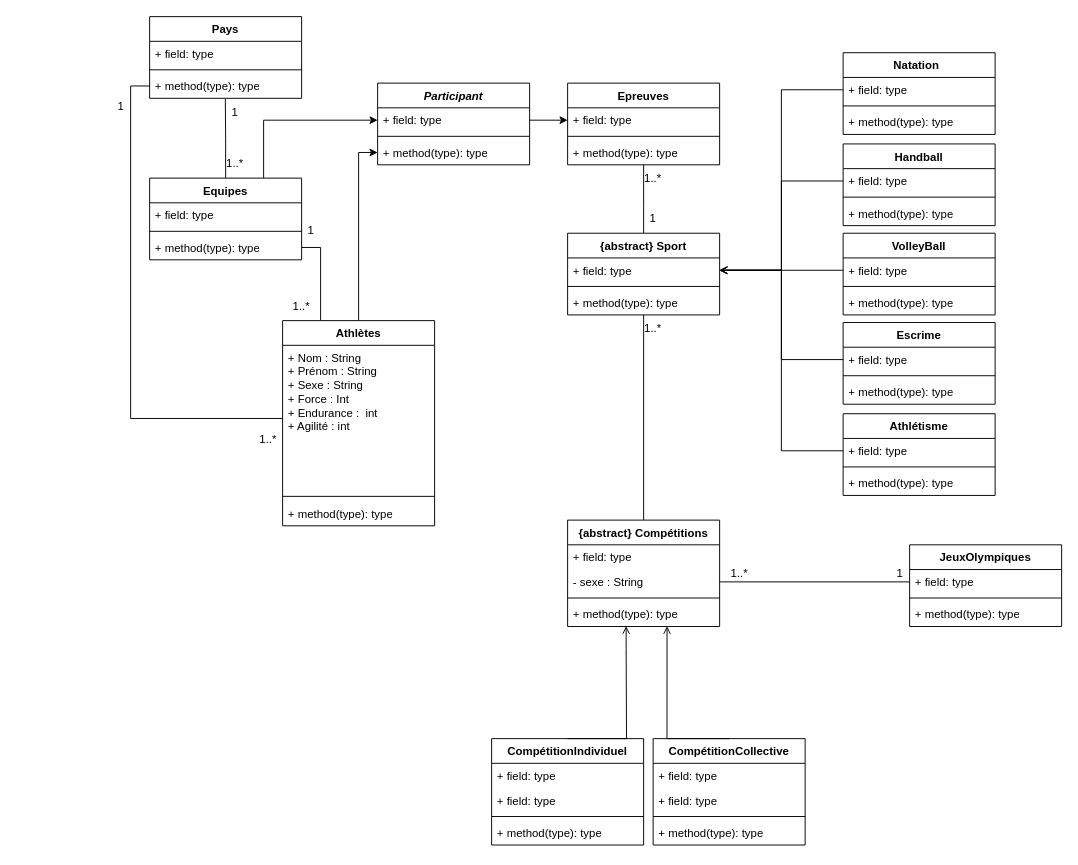
This is Diagramme sans nom.drawio from alexisnisol/JeuxOlympiques, a draw.io file, before an edit. Source tidied: cells renumbered, new cells numbered last; positions are measured from the earlier drawing's top-left corner, leaving out a move shared by most shapes. Both pictures are drawn from the tidied source at 95%, with x=0, y=0 at pixel (92, 16).
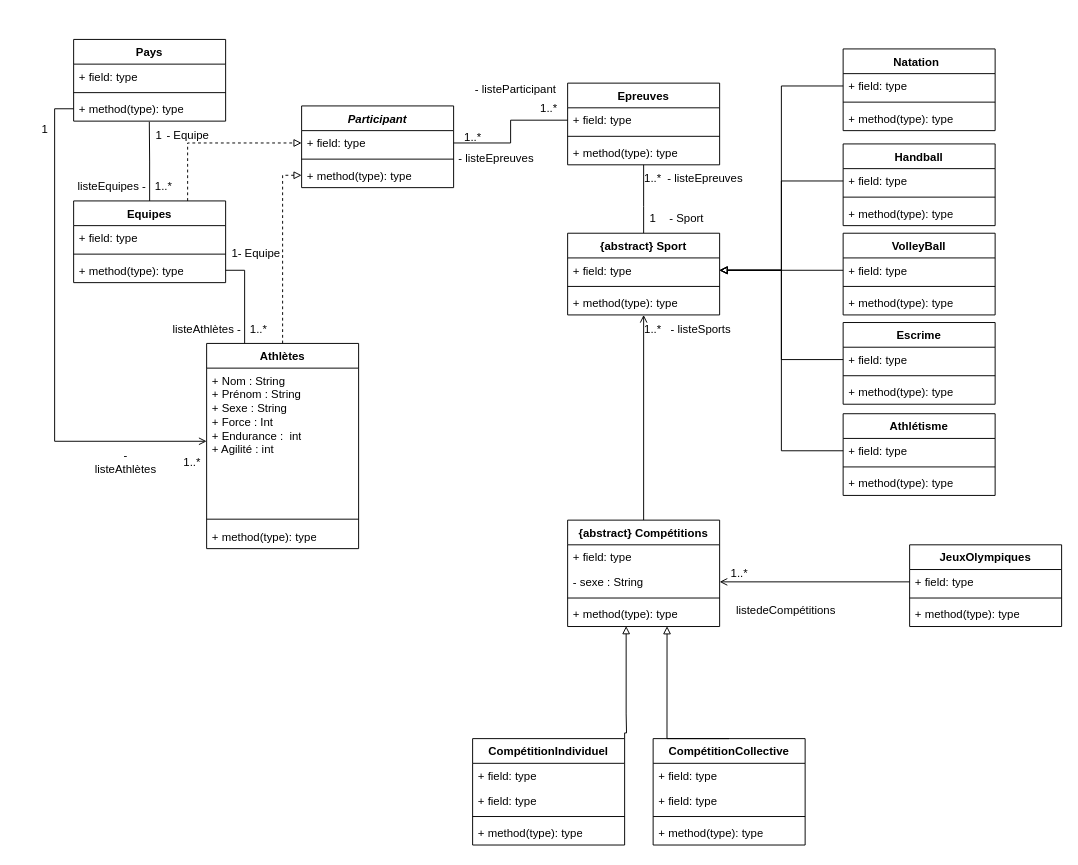
The same page after the edit.

The change refers to these unchanged cells:
```xml
<mxCell id="4" value="{abstract} Sport" style="swimlane;fontStyle=1;align=center;verticalAlign=top;horizontal=1;startSize=26;whiteSpace=wrap;html=1;" parent="1" vertex="1">
  <mxGeometry x="500" y="228" width="160" height="86" as="geometry" />
</mxCell>
<mxCell id="5" value="+ field: type" style="text;strokeColor=none;fillColor=none;align=left;verticalAlign=top;spacingLeft=4;spacingRight=4;overflow=hidden;points=[[0,0.5],[1,0.5]];portConstraint=eastwest;whiteSpace=wrap;html=1;" parent="4" vertex="1">
  <mxGeometry y="26" width="160" height="26" as="geometry" />
</mxCell>
<mxCell id="11" value="+ method(type): type" style="text;strokeColor=none;fillColor=none;align=left;verticalAlign=top;spacingLeft=4;spacingRight=4;overflow=hidden;points=[[0,0.5],[1,0.5]];portConstraint=eastwest;whiteSpace=wrap;html=1;" parent="8" vertex="1">
  <mxGeometry y="60" width="160" height="26" as="geometry" />
</mxCell>
<mxCell id="17" value="+ Nom : String&lt;div&gt;+ Prénom : String&lt;br&gt;+ Sexe : String&lt;br&gt;&lt;/div&gt;&lt;div&gt;+ Force : Int&lt;/div&gt;&lt;div&gt;+ Endurance :&amp;nbsp; int &lt;br&gt;&lt;/div&gt;&lt;div&gt;+ Agilité : int&lt;/div&gt;&lt;div&gt;&lt;br&gt;&lt;/div&gt;" style="text;strokeColor=none;fillColor=none;align=left;verticalAlign=top;spacingLeft=4;spacingRight=4;overflow=hidden;points=[[0,0.5],[1,0.5]];portConstraint=eastwest;whiteSpace=wrap;html=1;" parent="16" vertex="1">
  <mxGeometry y="26" width="160" height="154" as="geometry" />
</mxCell>
<mxCell id="21" value="+ field: type" style="text;strokeColor=none;fillColor=none;align=left;verticalAlign=top;spacingLeft=4;spacingRight=4;overflow=hidden;points=[[0,0.5],[1,0.5]];portConstraint=eastwest;whiteSpace=wrap;html=1;" parent="20" vertex="1">
  <mxGeometry y="26" width="160" height="26" as="geometry" />
</mxCell>
<mxCell id="35" value="+ field: type" style="text;strokeColor=none;fillColor=none;align=left;verticalAlign=top;spacingLeft=4;spacingRight=4;overflow=hidden;points=[[0,0.5],[1,0.5]];portConstraint=eastwest;whiteSpace=wrap;html=1;" parent="34" vertex="1">
  <mxGeometry y="26" width="160" height="26" as="geometry" />
</mxCell>
<mxCell id="39" value="+ field: type" style="text;strokeColor=none;fillColor=none;align=left;verticalAlign=top;spacingLeft=4;spacingRight=4;overflow=hidden;points=[[0,0.5],[1,0.5]];portConstraint=eastwest;whiteSpace=wrap;html=1;" parent="38" vertex="1">
  <mxGeometry y="26" width="160" height="26" as="geometry" />
</mxCell>
<mxCell id="43" value="+ field: type" style="text;strokeColor=none;fillColor=none;align=left;verticalAlign=top;spacingLeft=4;spacingRight=4;overflow=hidden;points=[[0,0.5],[1,0.5]];portConstraint=eastwest;whiteSpace=wrap;html=1;" parent="42" vertex="1">
  <mxGeometry y="26" width="160" height="26" as="geometry" />
</mxCell>
<mxCell id="47" value="+ field: type" style="text;strokeColor=none;fillColor=none;align=left;verticalAlign=top;spacingLeft=4;spacingRight=4;overflow=hidden;points=[[0,0.5],[1,0.5]];portConstraint=eastwest;whiteSpace=wrap;html=1;" parent="46" vertex="1">
  <mxGeometry y="26" width="160" height="26" as="geometry" />
</mxCell>
<mxCell id="51" value="+ field: type" style="text;strokeColor=none;fillColor=none;align=left;verticalAlign=top;spacingLeft=4;spacingRight=4;overflow=hidden;points=[[0,0.5],[1,0.5]];portConstraint=eastwest;whiteSpace=wrap;html=1;" parent="50" vertex="1">
  <mxGeometry y="26" width="160" height="26" as="geometry" />
</mxCell>
<mxCell id="62" value="{abstract} Compétitions" style="swimlane;fontStyle=1;align=center;verticalAlign=top;horizontal=1;startSize=26;whiteSpace=wrap;html=1;" parent="1" vertex="1">
  <mxGeometry x="500" y="530" width="160" height="112" as="geometry" />
</mxCell>
<mxCell id="64" value="- sexe : String" style="text;strokeColor=none;fillColor=none;align=left;verticalAlign=top;spacingLeft=4;spacingRight=4;overflow=hidden;points=[[0,0.5],[1,0.5]];portConstraint=eastwest;whiteSpace=wrap;html=1;" parent="62" vertex="1">
  <mxGeometry y="52" width="160" height="26" as="geometry" />
</mxCell>
<mxCell id="66" value="+ method(type): type" style="text;strokeColor=none;fillColor=none;align=left;verticalAlign=top;spacingLeft=4;spacingRight=4;overflow=hidden;points=[[0,0.5],[1,0.5]];portConstraint=eastwest;whiteSpace=wrap;html=1;" parent="62" vertex="1">
  <mxGeometry y="86" width="160" height="26" as="geometry" />
</mxCell>
<mxCell id="72" value="CompétitionCollective" style="swimlane;fontStyle=1;align=center;verticalAlign=top;horizontal=1;startSize=26;whiteSpace=wrap;html=1;" parent="1" vertex="1">
  <mxGeometry x="590" y="760" width="160" height="112" as="geometry" />
</mxCell>
<mxCell id="80" value="+ field: type" style="text;strokeColor=none;fillColor=none;align=left;verticalAlign=top;spacingLeft=4;spacingRight=4;overflow=hidden;points=[[0,0.5],[1,0.5]];portConstraint=eastwest;whiteSpace=wrap;html=1;" parent="79" vertex="1">
  <mxGeometry y="26" width="160" height="26" as="geometry" />
</mxCell>
<mxCell id="82" value="+ method(type): type" style="text;strokeColor=none;fillColor=none;align=left;verticalAlign=top;spacingLeft=4;spacingRight=4;overflow=hidden;points=[[0,0.5],[1,0.5]];portConstraint=eastwest;whiteSpace=wrap;html=1;" parent="79" vertex="1">
  <mxGeometry y="60" width="160" height="26" as="geometry" />
</mxCell>
<mxCell id="85" value="+ field: type" style="text;strokeColor=none;fillColor=none;align=left;verticalAlign=top;spacingLeft=4;spacingRight=4;overflow=hidden;points=[[0,0.5],[1,0.5]];portConstraint=eastwest;whiteSpace=wrap;html=1;" parent="84" vertex="1">
  <mxGeometry y="26" width="160" height="26" as="geometry" />
</mxCell>
```

Diff of the diagram source:
```diff
@@
-    <mxCell id="2" style="edgeStyle=orthogonalEdgeStyle;rounded=0;jettySize=auto;html=1;entryX=0.5;entryY=0;entryDx=0;entryDy=0;endArrow=none;endFill=0;" parent="1" edge="1" source="4" target="62">
+    <mxCell id="2" style="edgeStyle=orthogonalEdgeStyle;rounded=0;jettySize=auto;html=1;entryX=0.5;entryY=0;entryDx=0;entryDy=0;endArrow=none;endFill=0;startArrow=open;startFill=0;" parent="1" edge="1" source="4" target="62">
       <mxGeometry relative="1" as="geometry" />
     </mxCell>
@@
     <mxCell id="8" value="Pays" style="swimlane;fontStyle=1;align=center;verticalAlign=top;horizontal=1;startSize=26;whiteSpace=wrap;html=1;" parent="1" vertex="1">
-      <mxGeometry x="60" width="160" height="86" as="geometry" />
+      <mxGeometry x="-20" y="24" width="160" height="86" as="geometry" />
     </mxCell>
@@
-    <mxCell id="14" style="edgeStyle=orthogonalEdgeStyle;rounded=0;jettySize=auto;html=1;entryX=0;entryY=0.5;entryDx=0;entryDy=0;exitX=0;exitY=0.5;exitDx=0;exitDy=0;endArrow=none;endFill=0;" parent="1" edge="1" source="17" target="11">
+    <mxCell id="14" style="edgeStyle=orthogonalEdgeStyle;rounded=0;jettySize=auto;html=1;entryX=0;entryY=0.5;entryDx=0;entryDy=0;exitX=0;exitY=0.5;exitDx=0;exitDy=0;endArrow=none;endFill=0;startArrow=open;startFill=0;" parent="1" edge="1" source="17" target="11">
       <mxGeometry relative="1" as="geometry" />
     </mxCell>
-    <mxCell id="15" style="edgeStyle=orthogonalEdgeStyle;rounded=0;jettySize=auto;html=1;exitX=0.5;exitY=0;exitDx=0;exitDy=0;entryX=0;entryY=0.5;entryDx=0;entryDy=0;" parent="1" edge="1" source="16" target="82">
+    <mxCell id="15" style="edgeStyle=orthogonalEdgeStyle;rounded=0;jettySize=auto;html=1;exitX=0.5;exitY=0;exitDx=0;exitDy=0;entryX=0;entryY=0.5;entryDx=0;entryDy=0;endArrow=block;endFill=0;dashed=1;" parent="1" edge="1" source="16" target="82">
       <mxGeometry relative="1" as="geometry" />
     </mxCell>
     <mxCell id="16" value="Athlètes" style="swimlane;fontStyle=1;align=center;verticalAlign=top;horizontal=1;startSize=26;whiteSpace=wrap;html=1;" parent="1" vertex="1">
-      <mxGeometry x="200" y="320" width="160" height="216" as="geometry" />
+      <mxGeometry x="120" y="344" width="160" height="216" as="geometry" />
     </mxCell>
@@
-    <mxCell id="24" style="edgeStyle=orthogonalEdgeStyle;rounded=0;jettySize=auto;html=1;exitX=0.75;exitY=0;exitDx=0;exitDy=0;entryX=0;entryY=0.5;entryDx=0;entryDy=0;" parent="1" edge="1" source="25" target="80">
+    <mxCell id="24" style="edgeStyle=orthogonalEdgeStyle;rounded=0;jettySize=auto;html=1;exitX=0.75;exitY=0;exitDx=0;exitDy=0;entryX=0;entryY=0.5;entryDx=0;entryDy=0;dashed=1;endArrow=block;endFill=0;" parent="1" edge="1" source="25" target="80">
       <mxGeometry relative="1" as="geometry" />
     </mxCell>
     <mxCell id="25" value="Equipes" style="swimlane;fontStyle=1;align=center;verticalAlign=top;horizontal=1;startSize=26;whiteSpace=wrap;html=1;" parent="1" vertex="1">
-      <mxGeometry x="60" y="170" width="160" height="86" as="geometry" />
+      <mxGeometry x="-20" y="194" width="160" height="86" as="geometry" />
     </mxCell>
@@
     <mxCell id="29" value="1..*" style="text;html=1;align=center;verticalAlign=middle;whiteSpace=wrap;rounded=0;" parent="1" vertex="1">
-      <mxGeometry x="140" y="140" width="20" height="30" as="geometry" />
+      <mxGeometry x="65" y="164" width="20" height="30" as="geometry" />
     </mxCell>
     <mxCell id="30" value="1" style="text;html=1;align=center;verticalAlign=middle;whiteSpace=wrap;rounded=0;" parent="1" vertex="1">
-      <mxGeometry x="145" y="86" width="10" height="30" as="geometry" />
+      <mxGeometry x="65" y="110" width="10" height="30" as="geometry" />
     </mxCell>
     <mxCell id="31" value="1..*" style="text;html=1;align=center;verticalAlign=middle;whiteSpace=wrap;rounded=0;" parent="1" vertex="1">
-      <mxGeometry x="190" y="290" width="60" height="30" as="geometry" />
+      <mxGeometry x="155" y="314" width="40" height="30" as="geometry" />
     </mxCell>
     <mxCell id="32" value="1" style="text;html=1;align=center;verticalAlign=middle;whiteSpace=wrap;rounded=0;" parent="1" vertex="1">
-      <mxGeometry x="200" y="210" width="60" height="30" as="geometry" />
+      <mxGeometry x="120" y="234" width="60" height="30" as="geometry" />
     </mxCell>
     <mxCell id="33" value="1" style="text;html=1;align=center;verticalAlign=middle;whiteSpace=wrap;rounded=0;" parent="1" vertex="1">
-      <mxGeometry y="80" width="60" height="30" as="geometry" />
+      <mxGeometry x="-80" y="104" width="60" height="30" as="geometry" />
     </mxCell>
@@
     <mxCell id="46" value="Natation&lt;span style=&quot;white-space: pre;&quot;&gt;&#9;&lt;/span&gt;" style="swimlane;fontStyle=1;align=center;verticalAlign=top;horizontal=1;startSize=26;whiteSpace=wrap;html=1;" parent="1" vertex="1">
-      <mxGeometry x="790" y="38" width="160" height="86" as="geometry" />
+      <mxGeometry x="790" y="34" width="160" height="86" as="geometry" />
     </mxCell>
@@
-    <mxCell id="54" style="edgeStyle=orthogonalEdgeStyle;rounded=0;jettySize=auto;html=1;exitX=0;exitY=0.5;exitDx=0;exitDy=0;entryX=1;entryY=0.5;entryDx=0;entryDy=0;endArrow=open;endFill=0;" parent="1" edge="1" source="47" target="5">
+    <mxCell id="54" style="edgeStyle=orthogonalEdgeStyle;rounded=0;jettySize=auto;html=1;exitX=0;exitY=0.5;exitDx=0;exitDy=0;entryX=1;entryY=0.5;entryDx=0;entryDy=0;endArrow=block;endFill=0;" parent="1" edge="1" source="47" target="5">
       <mxGeometry relative="1" as="geometry" />
     </mxCell>
-    <mxCell id="55" style="edgeStyle=orthogonalEdgeStyle;rounded=0;jettySize=auto;html=1;exitX=0;exitY=0.5;exitDx=0;exitDy=0;entryX=1;entryY=0.5;entryDx=0;entryDy=0;endArrow=open;endFill=0;" parent="1" edge="1" source="35" target="5">
+    <mxCell id="55" style="edgeStyle=orthogonalEdgeStyle;rounded=0;jettySize=auto;html=1;exitX=0;exitY=0.5;exitDx=0;exitDy=0;entryX=1;entryY=0.5;entryDx=0;entryDy=0;endArrow=block;endFill=0;" parent="1" edge="1" source="35" target="5">
       <mxGeometry relative="1" as="geometry" />
     </mxCell>
-    <mxCell id="56" style="edgeStyle=orthogonalEdgeStyle;rounded=0;jettySize=auto;html=1;exitX=0;exitY=0.5;exitDx=0;exitDy=0;entryX=1;entryY=0.5;entryDx=0;entryDy=0;endArrow=open;endFill=0;" parent="1" edge="1" source="39" target="5">
+    <mxCell id="56" style="edgeStyle=orthogonalEdgeStyle;rounded=0;jettySize=auto;html=1;exitX=0;exitY=0.5;exitDx=0;exitDy=0;entryX=1;entryY=0.5;entryDx=0;entryDy=0;endArrow=block;endFill=0;" parent="1" edge="1" source="39" target="5">
       <mxGeometry relative="1" as="geometry" />
     </mxCell>
-    <mxCell id="57" style="edgeStyle=orthogonalEdgeStyle;rounded=0;jettySize=auto;html=1;exitX=0;exitY=0.5;exitDx=0;exitDy=0;entryX=1;entryY=0.5;entryDx=0;entryDy=0;endArrow=open;endFill=0;" parent="1" edge="1" source="43" target="5">
+    <mxCell id="57" style="edgeStyle=orthogonalEdgeStyle;rounded=0;jettySize=auto;html=1;exitX=0;exitY=0.5;exitDx=0;exitDy=0;entryX=1;entryY=0.5;entryDx=0;entryDy=0;endArrow=block;endFill=0;" parent="1" edge="1" source="43" target="5">
       <mxGeometry relative="1" as="geometry" />
     </mxCell>
-    <mxCell id="58" style="edgeStyle=orthogonalEdgeStyle;rounded=0;jettySize=auto;html=1;exitX=0;exitY=0.5;exitDx=0;exitDy=0;entryX=1;entryY=0.5;entryDx=0;entryDy=0;endArrow=open;endFill=0;" parent="1" edge="1" source="51" target="5">
+    <mxCell id="58" style="edgeStyle=orthogonalEdgeStyle;rounded=0;jettySize=auto;html=1;exitX=0;exitY=0.5;exitDx=0;exitDy=0;entryX=1;entryY=0.5;entryDx=0;entryDy=0;endArrow=block;endFill=0;" parent="1" edge="1" source="51" target="5">
       <mxGeometry relative="1" as="geometry" />
     </mxCell>
@@
     <mxCell id="67" value="CompétitionIndividuel" style="swimlane;fontStyle=1;align=center;verticalAlign=top;horizontal=1;startSize=26;whiteSpace=wrap;html=1;" parent="1" vertex="1">
-      <mxGeometry x="420" y="760" width="160" height="112" as="geometry" />
+      <mxGeometry x="400" y="760" width="160" height="112" as="geometry" />
     </mxCell>
@@
-    <mxCell id="77" style="edgeStyle=orthogonalEdgeStyle;rounded=0;jettySize=auto;html=1;exitX=0.654;exitY=0.987;exitDx=0;exitDy=0;entryX=0.5;entryY=0;entryDx=0;entryDy=0;exitPerimeter=0;endArrow=none;endFill=0;startArrow=open;startFill=0;" parent="1" edge="1" source="66" target="72">
+    <mxCell id="77" style="edgeStyle=orthogonalEdgeStyle;rounded=0;jettySize=auto;html=1;exitX=0.654;exitY=0.987;exitDx=0;exitDy=0;entryX=0.5;entryY=0;entryDx=0;entryDy=0;exitPerimeter=0;endArrow=none;endFill=0;startArrow=block;startFill=0;" parent="1" edge="1" source="66" target="72">
       <mxGeometry relative="1" as="geometry">
         <Array as="points">
           <mxPoint x="605" y="760" />
         </Array>
       </mxGeometry>
     </mxCell>
-    <mxCell id="78" style="edgeStyle=orthogonalEdgeStyle;rounded=0;jettySize=auto;html=1;entryX=0.5;entryY=0;entryDx=0;entryDy=0;exitX=0.385;exitY=0.984;exitDx=0;exitDy=0;exitPerimeter=0;endArrow=none;endFill=0;startArrow=open;startFill=0;" parent="1" edge="1" source="66" target="67">
+    <mxCell id="78" style="edgeStyle=orthogonalEdgeStyle;rounded=0;jettySize=auto;html=1;entryX=1;entryY=0;entryDx=0;entryDy=0;exitX=0.385;exitY=0.984;exitDx=0;exitDy=0;exitPerimeter=0;endArrow=none;endFill=0;startArrow=block;startFill=0;" parent="1" edge="1" source="66" target="67">
       <mxGeometry relative="1" as="geometry">
         <Array as="points">
-          <mxPoint x="562" y="665" />
-          <mxPoint x="562" y="665" />
-          <mxPoint x="562" y="760" />
+          <mxPoint x="562" y="734" />
+          <mxPoint x="562" y="734" />
+          <mxPoint x="562" y="754" />
+          <mxPoint x="560" y="754" />
         </Array>
       </mxGeometry>
     </mxCell>
     <mxCell id="79" value="&lt;i&gt;Participant&lt;/i&gt;" style="swimlane;fontStyle=1;align=center;verticalAlign=top;horizontal=1;startSize=26;whiteSpace=wrap;html=1;" parent="1" vertex="1">
-      <mxGeometry x="300" y="70" width="160" height="86" as="geometry" />
+      <mxGeometry x="220" y="94" width="160" height="86" as="geometry" />
     </mxCell>
@@
-    <mxCell id="83" style="edgeStyle=orthogonalEdgeStyle;rounded=0;jettySize=auto;html=1;exitX=1;exitY=0.5;exitDx=0;exitDy=0;entryX=0;entryY=0.5;entryDx=0;entryDy=0;" parent="1" edge="1" source="80" target="21">
+    <mxCell id="83" style="edgeStyle=orthogonalEdgeStyle;rounded=0;jettySize=auto;html=1;exitX=1;exitY=0.5;exitDx=0;exitDy=0;entryX=0;entryY=0.5;entryDx=0;entryDy=0;endArrow=none;endFill=0;" parent="1" edge="1" source="80" target="21">
       <mxGeometry relative="1" as="geometry" />
     </mxCell>
@@
-    <mxCell id="88" value="1" style="text;html=1;align=center;verticalAlign=middle;whiteSpace=wrap;rounded=0;" parent="1" vertex="1">
-      <mxGeometry x="820" y="571" width="60" height="30" as="geometry" />
-    </mxCell>
-    <mxCell id="89" style="edgeStyle=orthogonalEdgeStyle;rounded=0;jettySize=auto;html=1;exitX=0;exitY=0.5;exitDx=0;exitDy=0;entryX=1;entryY=0.5;entryDx=0;entryDy=0;endArrow=none;endFill=0;" parent="1" edge="1" source="85" target="64">
+    <mxCell id="89" style="edgeStyle=orthogonalEdgeStyle;rounded=0;jettySize=auto;html=1;exitX=0;exitY=0.5;exitDx=0;exitDy=0;entryX=1;entryY=0.5;entryDx=0;entryDy=0;endArrow=open;endFill=0;startArrow=none;startFill=0;" parent="1" edge="1" source="85" target="64">
       <mxGeometry relative="1" as="geometry" />
     </mxCell>
@@
     <mxCell id="91" value="1..*" style="text;html=1;align=center;verticalAlign=middle;whiteSpace=wrap;rounded=0;" parent="1" vertex="1">
-      <mxGeometry x="155" y="430" width="60" height="30" as="geometry" />
+      <mxGeometry x="75" y="454" width="60" height="30" as="geometry" />
     </mxCell>
+    <mxCell id="92" value="listedeCompétitions" style="text;html=1;align=center;verticalAlign=middle;whiteSpace=wrap;rounded=0;" parent="1" vertex="1">
+      <mxGeometry x="700" y="610" width="60" height="30" as="geometry" />
+    </mxCell>
+    <mxCell id="93" value="-listeAthlètes" style="text;html=1;align=center;verticalAlign=middle;whiteSpace=wrap;rounded=0;" parent="1" vertex="1">
+      <mxGeometry y="454" width="70" height="30" as="geometry" />
+    </mxCell>
+    <mxCell id="94" value="- listeEpreuves" style="text;html=1;align=center;verticalAlign=middle;whiteSpace=wrap;rounded=0;" parent="1" vertex="1">
+      <mxGeometry x="600" y="156" width="90" height="30" as="geometry" />
+    </mxCell>
+    <mxCell id="95" value="- Sport" style="text;html=1;align=center;verticalAlign=middle;strokeColor=none;fillColor=none;" parent="1" vertex="1">
+      <mxGeometry x="595" y="198" width="60" height="30" as="geometry" />
+    </mxCell>
+    <mxCell id="96" value="- Equipe" style="text;html=1;align=center;verticalAlign=middle;strokeColor=none;fillColor=none;" parent="1" vertex="1">
+      <mxGeometry x="65" y="110" width="70" height="30" as="geometry" />
+    </mxCell>
+    <mxCell id="97" value="listeEquipes -" style="text;html=1;align=center;verticalAlign=middle;strokeColor=none;fillColor=none;" parent="1" vertex="1">
+      <mxGeometry x="-30" y="164" width="100" height="30" as="geometry" />
+    </mxCell>
+    <mxCell id="98" value="- Equipe" style="text;html=1;align=center;verticalAlign=middle;strokeColor=none;fillColor=none;" parent="1" vertex="1">
+      <mxGeometry x="140" y="234" width="70" height="30" as="geometry" />
+    </mxCell>
+    <mxCell id="99" value="listeAthlètes - " style="text;html=1;align=center;verticalAlign=middle;strokeColor=none;fillColor=none;" parent="1" vertex="1">
+      <mxGeometry x="75" y="314" width="90" height="30" as="geometry" />
+    </mxCell>
+    <mxCell id="100" value="- listeSports" style="text;html=1;align=center;verticalAlign=middle;strokeColor=none;fillColor=none;" parent="1" vertex="1">
+      <mxGeometry x="595" y="314" width="90" height="30" as="geometry" />
+    </mxCell>
+    <mxCell id="101" value="- listeEpreuves" style="text;html=1;align=center;verticalAlign=middle;whiteSpace=wrap;rounded=0;" parent="1" vertex="1">
+      <mxGeometry x="380" y="134" width="90" height="30" as="geometry" />
+    </mxCell>
+    <mxCell id="102" value="1..*" style="text;html=1;align=center;verticalAlign=middle;strokeColor=none;fillColor=none;" parent="1" vertex="1">
+      <mxGeometry x="380" y="112" width="40" height="30" as="geometry" />
+    </mxCell>
+    <mxCell id="103" value="1..*" style="text;html=1;align=center;verticalAlign=middle;strokeColor=none;fillColor=none;" parent="1" vertex="1">
+      <mxGeometry x="460" y="82" width="40" height="30" as="geometry" />
+    </mxCell>
+    <mxCell id="104" value="- listeParticipant" style="text;html=1;align=center;verticalAlign=middle;strokeColor=none;fillColor=none;" parent="1" vertex="1">
+      <mxGeometry x="390" y="62" width="110" height="30" as="geometry" />
+    </mxCell>
```
